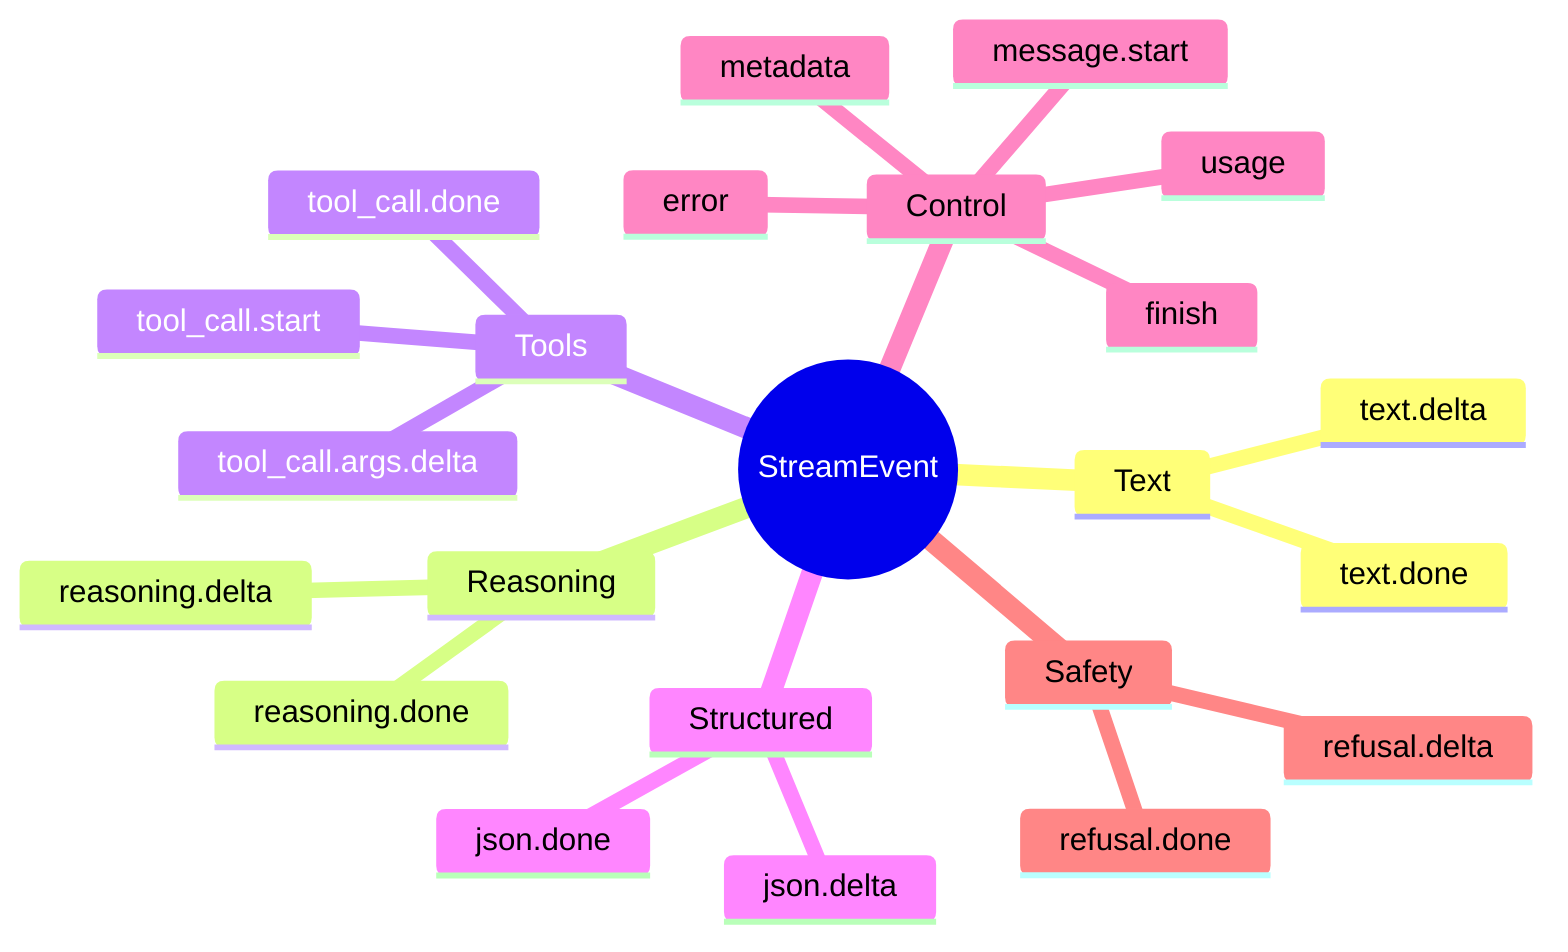
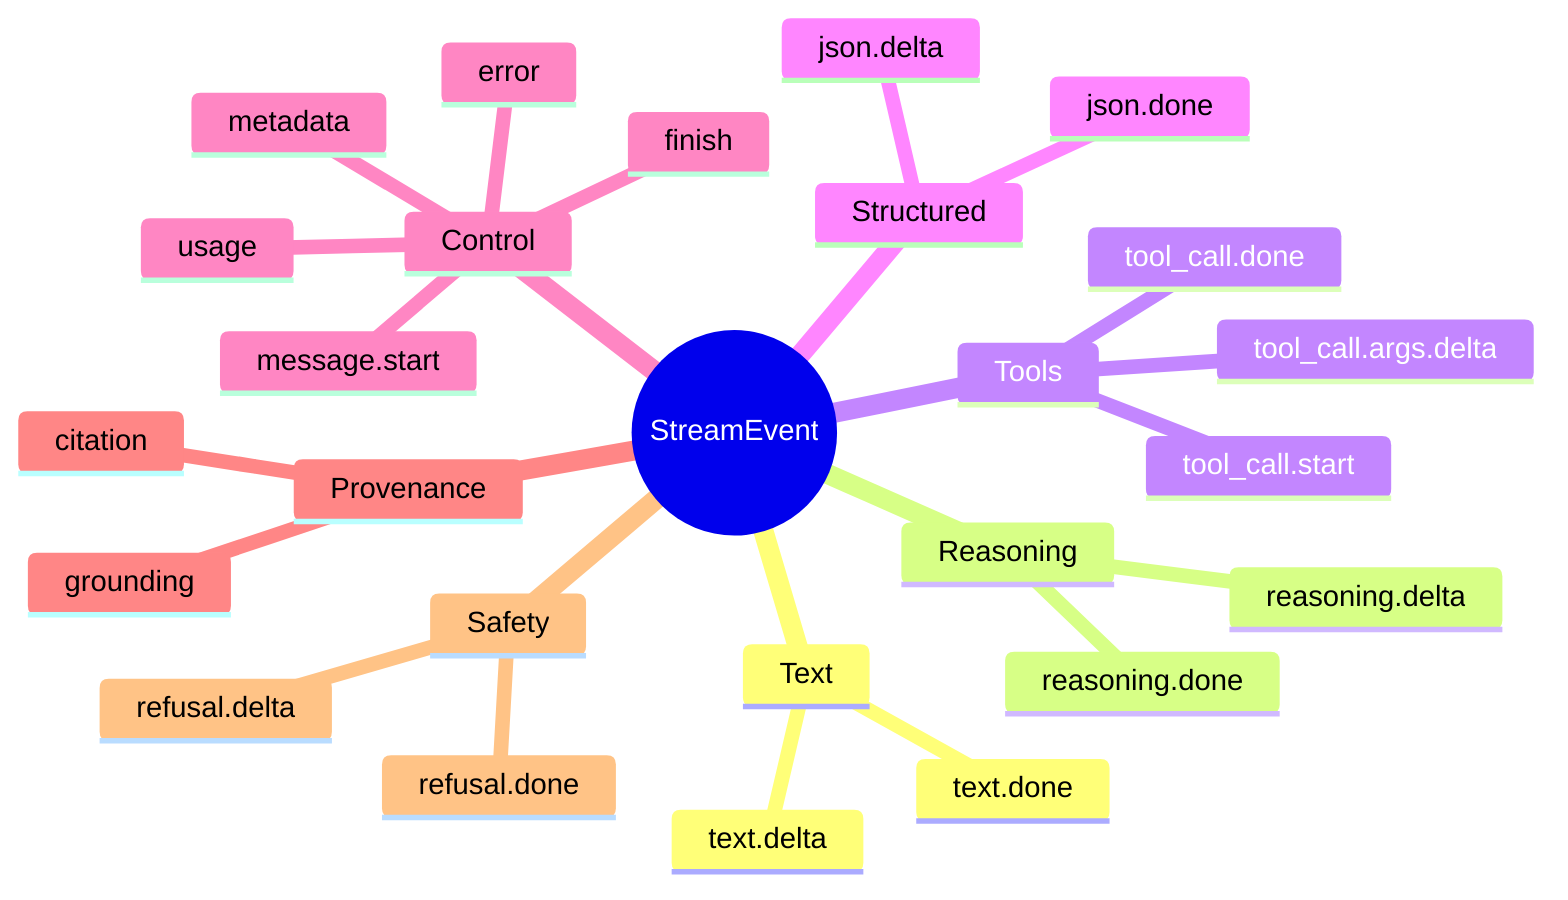
mindmap
	root((StreamEvent))
		Text
			text.delta
			text.done
		Reasoning
			reasoning.delta
			reasoning.done
		Tools
			tool_call.start
			tool_call.args.delta
			tool_call.done
		Structured
			json.delta
			json.done
		Control
			message.start
			metadata
			usage
			finish
			error
+ 		Provenance
+ 			citation
+ 			grounding
		Safety
			refusal.delta
			refusal.done
